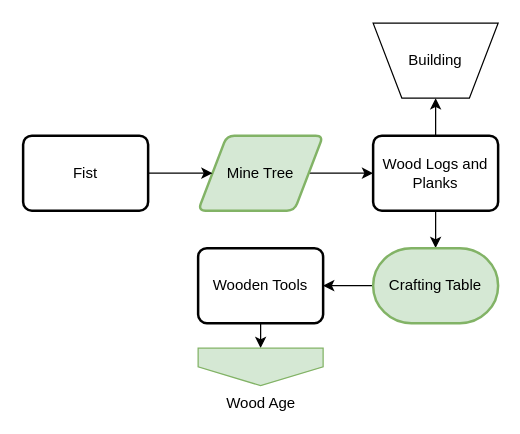
This is page "Primal Age" (2 of 4) of Untitled Diagram.drawio from MeepishRealms/Cog, a draw.io file, before an edit. Source tidied: cells renumbered, new cells numbered last; positions are measured from the earlier drawing's top-left corner, leaving out a move shared by most shapes. Both pictures are drawn from the tidied source at 125%, with x=0, y=0 at pixel (22, 22).
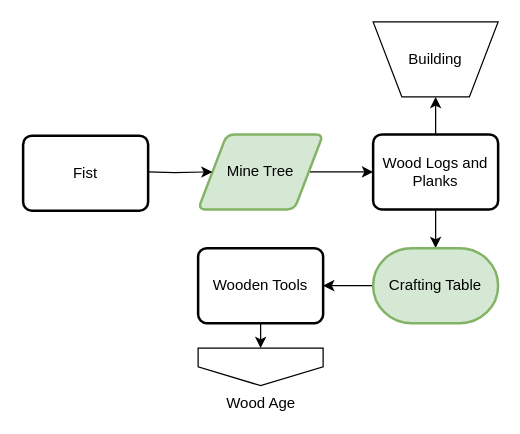
The same diagram, later.

Diff of the diagram source:
```diff
@@
 <mxGraphModel>
   <root>
     <mxCell id="0" />
     <mxCell id="1" parent="0" />
     <mxCell id="2" style="edgeStyle=orthogonalEdgeStyle;rounded=0;jettySize=auto;html=1;" parent="1" edge="1" source="3" target="8">
       <mxGeometry relative="1" as="geometry" />
     </mxCell>
     <mxCell id="3" value="Mine Tree" style="shape=parallelogram;html=1;strokeWidth=2;perimeter=parallelogramPerimeter;whiteSpace=wrap;rounded=1;arcSize=12;size=0.23;fillColor=#d5e8d4;strokeColor=#82b366;" parent="1" vertex="1">
-      <mxGeometry x="140" y="90" width="100" height="60" as="geometry" />
+      <mxGeometry x="140" y="89" width="100" height="60" as="geometry" />
     </mxCell>
-    <mxCell id="4" style="edgeStyle=orthogonalEdgeStyle;rounded=0;jettySize=auto;html=1;entryX=0;entryY=0.5;entryDx=0;entryDy=0;" parent="1" edge="1" source="5" target="3">
-      <mxGeometry relative="1" as="geometry" />
+    <mxCell id="4" style="edgeStyle=orthogonalEdgeStyle;rounded=0;jettySize=auto;html=1;entryX=0;entryY=0.5;entryDx=0;entryDy=0;" parent="1" edge="1" target="3">
+      <mxGeometry relative="1" as="geometry">
+        <mxPoint x="100" y="119" as="sourcePoint" />
+      </mxGeometry>
     </mxCell>
     <mxCell id="5" value="Fist" style="rounded=1;whiteSpace=wrap;html=1;absoluteArcSize=1;arcSize=14;strokeWidth=2;" parent="1" vertex="1">
       <mxGeometry y="90" width="100" height="60" as="geometry" />
     </mxCell>
     <mxCell id="6" style="edgeStyle=orthogonalEdgeStyle;rounded=0;jettySize=auto;html=1;" parent="1" edge="1" source="8" target="9">
       <mxGeometry relative="1" as="geometry" />
     </mxCell>
     <mxCell id="7" style="edgeStyle=orthogonalEdgeStyle;rounded=0;jettySize=auto;html=1;entryX=0.5;entryY=0;entryDx=0;entryDy=0;entryPerimeter=0;" parent="1" edge="1" source="8" target="11">
       <mxGeometry relative="1" as="geometry" />
     </mxCell>
     <mxCell id="8" value="Wood Logs and Planks" style="rounded=1;whiteSpace=wrap;html=1;absoluteArcSize=1;arcSize=14;strokeWidth=2;" parent="1" vertex="1">
-      <mxGeometry x="280" y="90" width="100" height="60" as="geometry" />
+      <mxGeometry x="280" y="89" width="100" height="60" as="geometry" />
     </mxCell>
     <mxCell id="9" value="Building" style="verticalLabelPosition=middle;verticalAlign=middle;html=1;shape=trapezoid;perimeter=trapezoidPerimeter;whiteSpace=wrap;size=0.23;arcSize=10;flipV=1;labelPosition=center;align=center;" parent="1" vertex="1">
-      <mxGeometry x="280" width="100" height="60" as="geometry" />
+      <mxGeometry x="280" y="-1" width="100" height="60" as="geometry" />
     </mxCell>
-    <mxCell id="10" style="edgeStyle=orthogonalEdgeStyle;rounded=0;jettySize=auto;html=1;entryX=1;entryY=0.5;entryDx=0;entryDy=0;" parent="1" edge="1" source="11" target="13">
+    <mxCell id="10" style="edgeStyle=orthogonalEdgeStyle;rounded=0;jettySize=auto;html=1;exitX=0;exitY=0.5;exitDx=0;exitDy=0;exitPerimeter=0;" parent="1" edge="1" source="11" target="13">
       <mxGeometry relative="1" as="geometry" />
     </mxCell>
     <mxCell id="11" value="Crafting Table" style="strokeWidth=2;html=1;shape=mxgraph.flowchart.terminator;whiteSpace=wrap;fillColor=#d5e8d4;strokeColor=#82b366;" parent="1" vertex="1">
       <mxGeometry x="280" y="180" width="100" height="60" as="geometry" />
     </mxCell>
     <mxCell id="12" style="edgeStyle=orthogonalEdgeStyle;rounded=0;jettySize=auto;html=1;exitX=0.5;exitY=1;exitDx=0;exitDy=0;entryX=0.5;entryY=0;entryDx=0;entryDy=0;" parent="1" edge="1" source="13" target="14">
       <mxGeometry relative="1" as="geometry" />
     </mxCell>
     <mxCell id="13" value="Wooden Tools" style="rounded=1;whiteSpace=wrap;html=1;absoluteArcSize=1;arcSize=14;strokeWidth=2;" parent="1" vertex="1">
       <mxGeometry x="140" y="180" width="100" height="60" as="geometry" />
     </mxCell>
-    <mxCell id="14" value="Wood Age" style="verticalLabelPosition=bottom;verticalAlign=top;html=1;shape=offPageConnector;rounded=0;size=0.5;fillColor=#d5e8d4;strokeColor=#82b366;" parent="1" vertex="1">
+    <mxCell id="14" value="Wood Age" style="verticalLabelPosition=bottom;verticalAlign=top;html=1;shape=offPageConnector;rounded=0;size=0.5;" parent="1" vertex="1">
       <mxGeometry x="140" y="260" width="100" height="30" as="geometry" />
     </mxCell>
   </root>
 </mxGraphModel>
```
